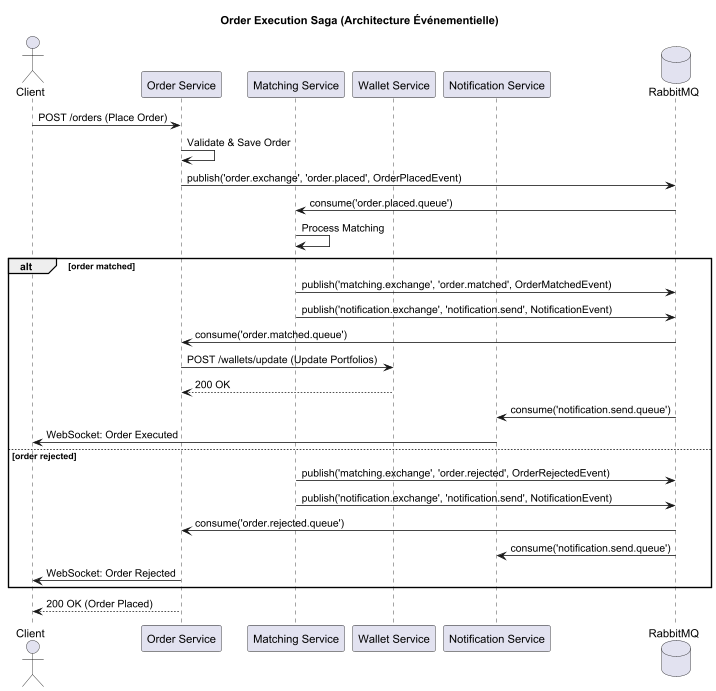
The PlantUML diagram docs/architecture/4+1/processView/sequenceDiagrams/saga-execution.png in Hugo-12341234/BrokerX_MicroServices, before a commit. Its diagram source:
```plantuml
@startuml
title Order Execution Saga (Architecture Événementielle)

actor Client
participant "Order Service" as OS
participant "Matching Service" as MS
participant "Wallet Service" as WS
participant "Notification Service" as NS
database RabbitMQ

Client -> OS: POST /orders (Place Order)
OS -> OS: Validate & Save Order
OS -> RabbitMQ: publish('order.exchange', 'order.placed', OrderPlacedEvent)
RabbitMQ -> MS: consume('order.placed.queue')

MS -> MS: Process Matching

alt order matched
    MS -> RabbitMQ: publish('matching.exchange', 'order.matched', OrderMatchedEvent)
    MS -> RabbitMQ: publish('notification.exchange', 'notification.send', NotificationEvent)
    RabbitMQ -> OS: consume('order.matched.queue')

    OS -> WS: POST /wallets/update (Update Portfolios)
    WS --> OS: 200 OK

    RabbitMQ -> NS: consume('notification.send.queue')

    NS -> Client: WebSocket: Order Executed
else order rejected
    MS -> RabbitMQ: publish('matching.exchange', 'order.rejected', OrderRejectedEvent)
    MS -> RabbitMQ: publish('notification.exchange', 'notification.send', NotificationEvent)
    RabbitMQ -> OS: consume('order.rejected.queue')

    RabbitMQ -> NS: consume('notification.send.queue')

    OS -> Client: WebSocket: Order Rejected
end

OS --> Client: 200 OK (Order Placed)

@enduml
```
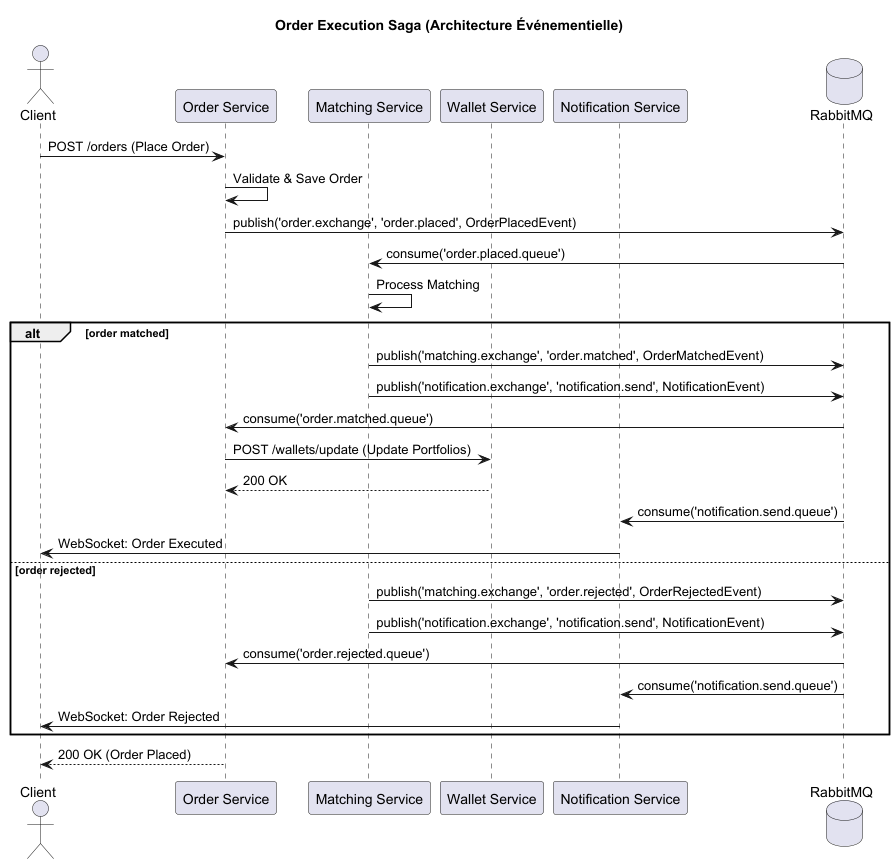
The same diagram one commit later.

Change to the diagram source:
```diff
@@ -33,7 +33,7 @@
 
     RabbitMQ -> NS: consume('notification.send.queue')
 
-    OS -> Client: WebSocket: Order Rejected
+    NS -> Client: WebSocket: Order Rejected
 end
 
 OS --> Client: 200 OK (Order Placed)
```
